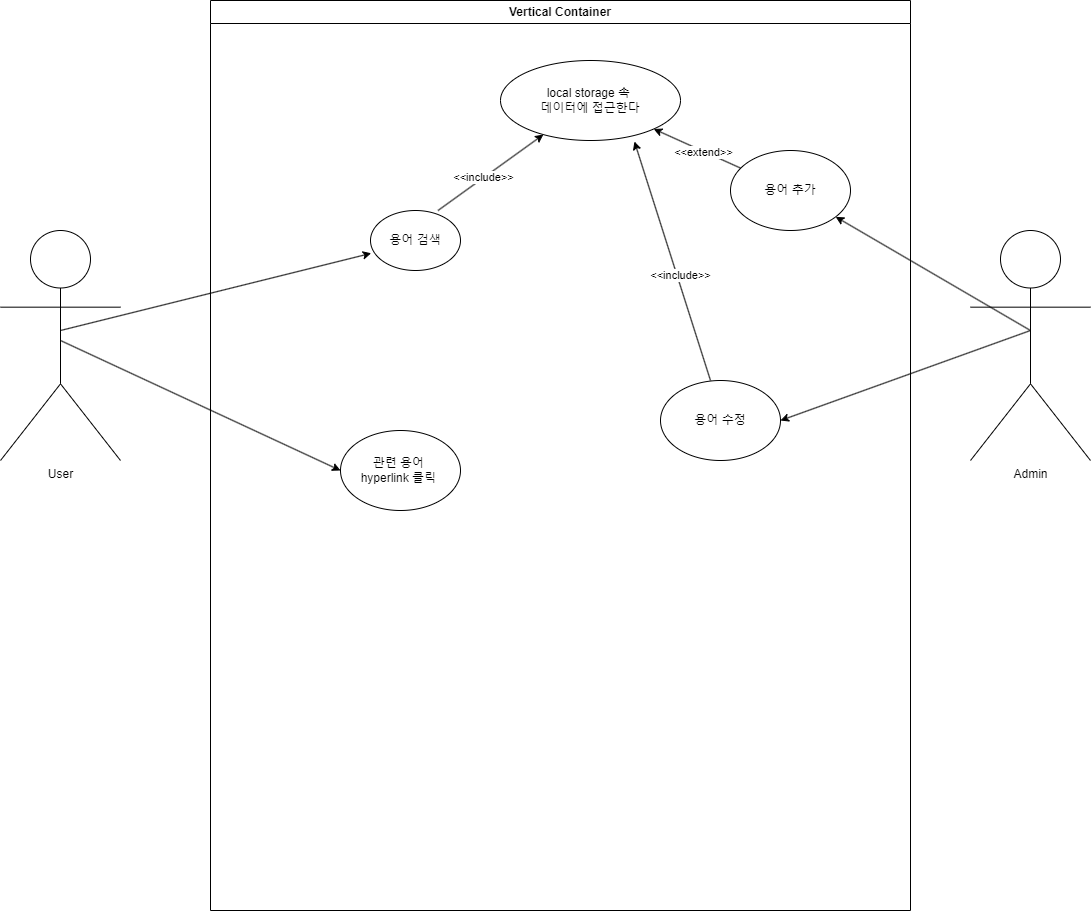
Before: 용어사전web_mini_project.png, a diagram exported from draw.io (junHyeokP/Algorithm). Source tidied: cells renumbered, new cells last; positions are measured from the earlier drawing's top-left corner, leaving out a move shared by most shapes.
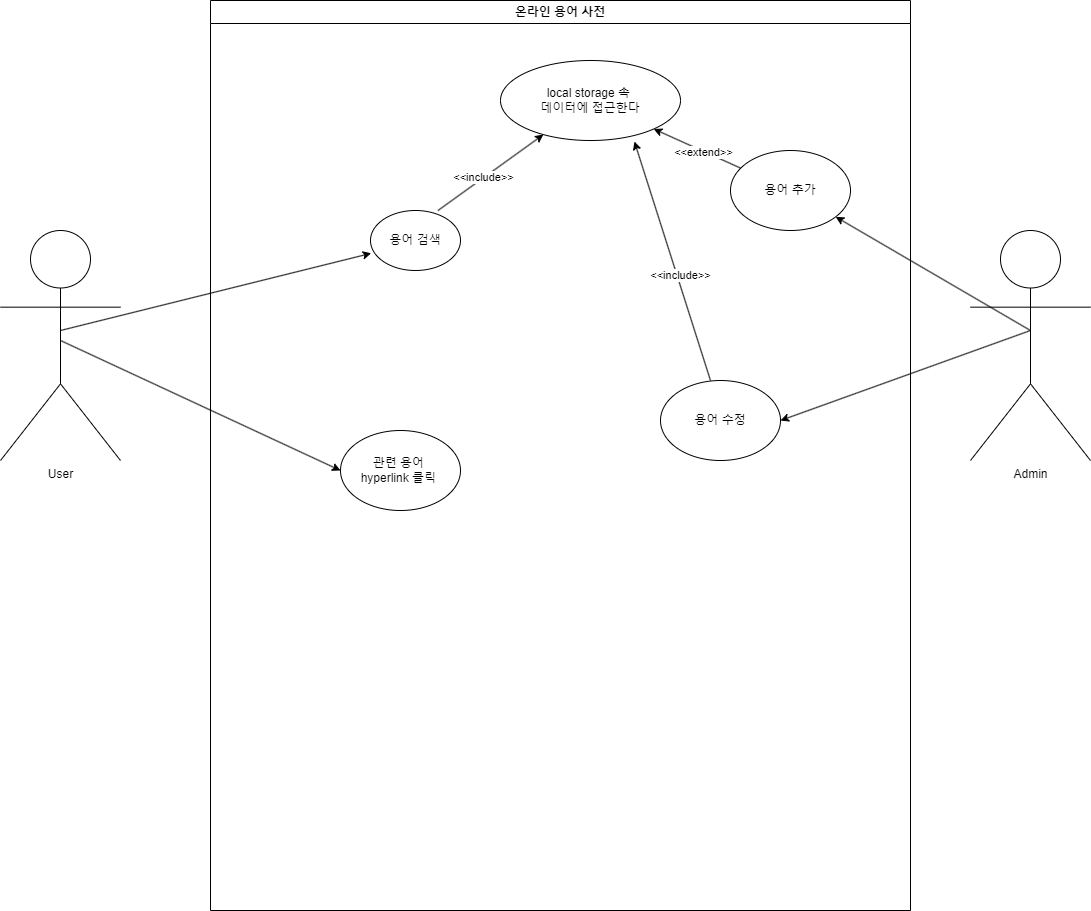
After the change.

Commit message:
용어사전 ver 0.5

The edit, as a diff of the source:
```diff
@@ -8,7 +8,7 @@
     <mxCell id="3" value="Admin" style="shape=umlActor;verticalLabelPosition=bottom;verticalAlign=top;html=1;" parent="1" vertex="1">
       <mxGeometry x="970" y="230" width="120" height="230" as="geometry" />
     </mxCell>
-    <mxCell id="4" value="Vertical Container" style="swimlane;whiteSpace=wrap;html=1;" parent="1" vertex="1">
+    <mxCell id="4" value="온라인 용어 사전" style="swimlane;whiteSpace=wrap;html=1;" parent="1" vertex="1">
       <mxGeometry x="210" width="700" height="910" as="geometry" />
     </mxCell>
     <mxCell id="5" value="용어 검색" style="ellipse;whiteSpace=wrap;html=1;" parent="4" vertex="1">
```
